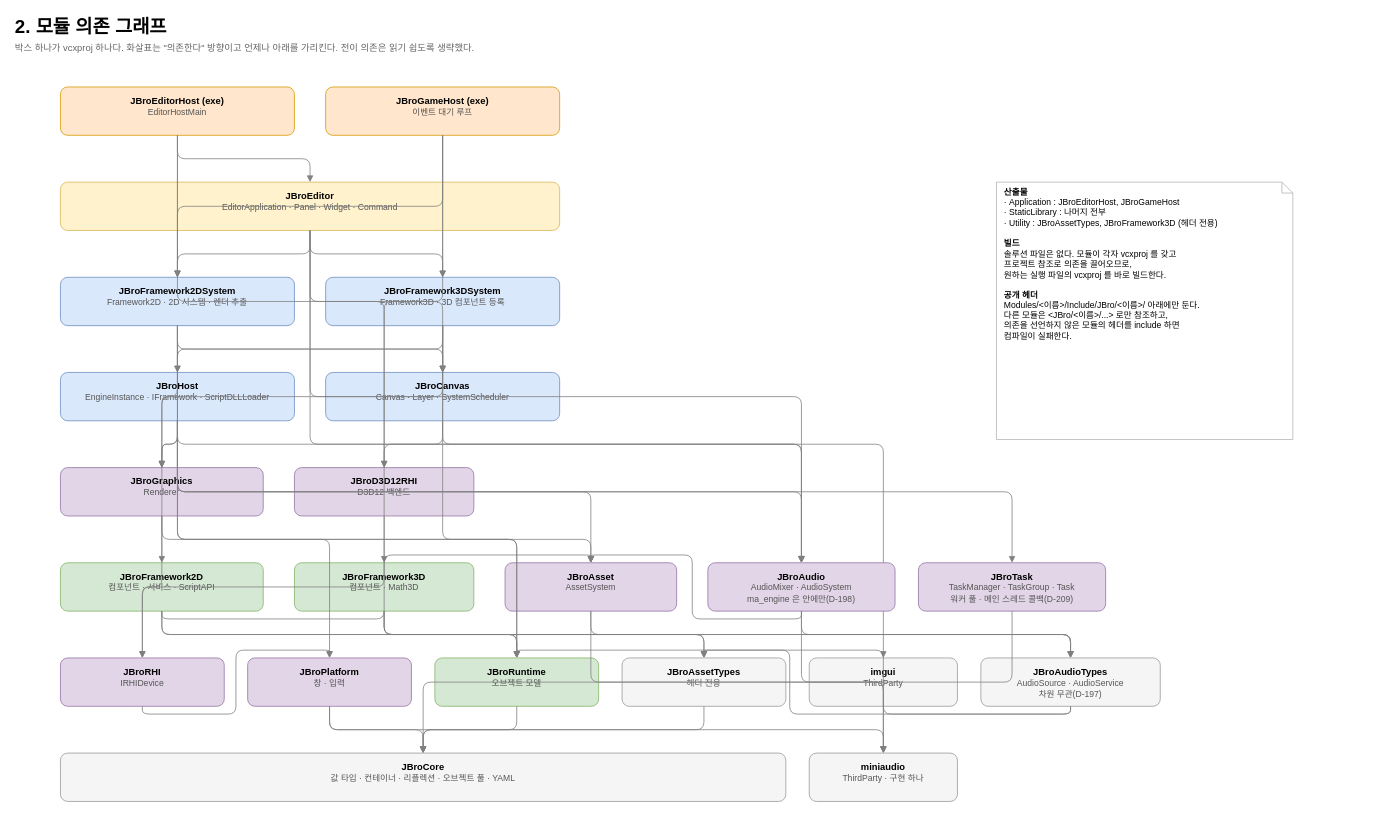
The draw.io diagram page "2. 모듈 의존 그래프" (2 of 6) of docs/JBroEngine.drawio.xml in taku7664/JBroEngine, before the edit. Source tidied: cells renumbered, new cells numbered last; positions are measured from the earlier drawing's top-left corner, leaving out a move shared by most shapes. Both pictures are drawn from the tidied source at 78%, with x=0, y=0 at pixel (13, 13).
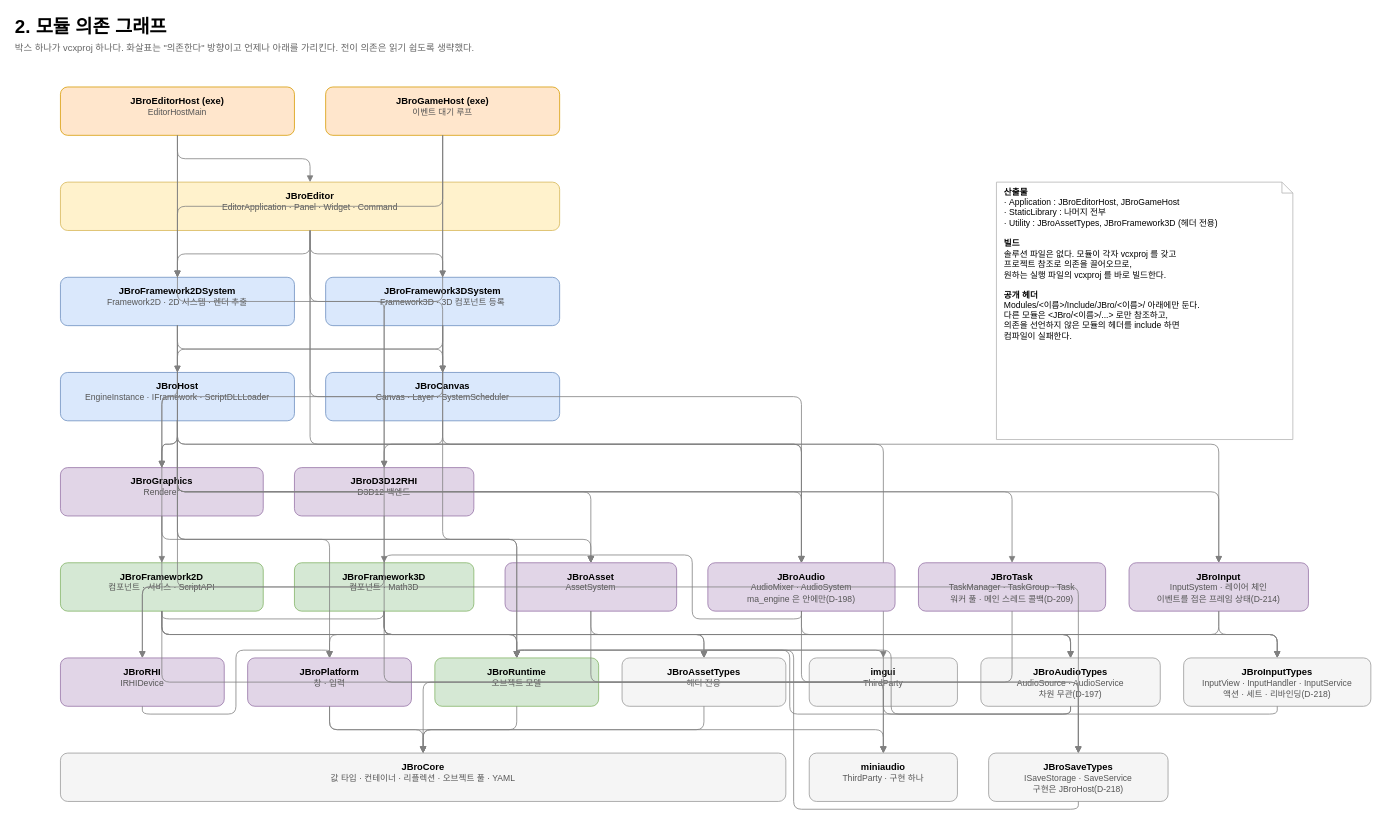
The same page after the edit.

Unchanged cells that the change refers to:
```xml
<mxCell id="7" value="&lt;b&gt;JBroFramework2DSystem&lt;/b&gt;&lt;br&gt;&lt;font color=&quot;#555555&quot; style=&quot;font-size:11px&quot;&gt;Framework2D · 2D 시스템 · 렌더 추출&lt;/font&gt;" style="rounded=1;whiteSpace=wrap;html=1;fontSize=12;verticalAlign=top;spacingTop=4;fillColor=#dae8fc;strokeColor=#6c8ebf;" parent="1" vertex="1">
  <mxGeometry x="60" y="338" width="300" height="62" as="geometry" />
</mxCell>
<mxCell id="9" value="&lt;b&gt;JBroHost&lt;/b&gt;&lt;br&gt;&lt;font color=&quot;#555555&quot; style=&quot;font-size:11px&quot;&gt;EngineInstance · IFramework · ScriptDLLLoader&lt;/font&gt;" style="rounded=1;whiteSpace=wrap;html=1;fontSize=12;verticalAlign=top;spacingTop=4;fillColor=#dae8fc;strokeColor=#6c8ebf;" parent="1" vertex="1">
  <mxGeometry x="60" y="460" width="300" height="62" as="geometry" />
</mxCell>
<mxCell id="13" value="&lt;b&gt;JBroFramework2D&lt;/b&gt;&lt;br&gt;&lt;font color=&quot;#555555&quot; style=&quot;font-size:11px&quot;&gt;컴포넌트 · 서비스 · ScriptAPI&lt;/font&gt;" style="rounded=1;whiteSpace=wrap;html=1;fontSize=12;verticalAlign=top;spacingTop=4;fillColor=#d5e8d4;strokeColor=#82b366;" parent="1" vertex="1">
  <mxGeometry x="60" y="704" width="260" height="62" as="geometry" />
</mxCell>
<mxCell id="14" value="&lt;b&gt;JBroFramework3D&lt;/b&gt;&lt;br&gt;&lt;font color=&quot;#555555&quot; style=&quot;font-size:11px&quot;&gt;컴포넌트 · Math3D&lt;/font&gt;" style="rounded=1;whiteSpace=wrap;html=1;fontSize=12;verticalAlign=top;spacingTop=4;fillColor=#d5e8d4;strokeColor=#82b366;" parent="1" vertex="1">
  <mxGeometry x="360" y="704" width="230" height="62" as="geometry" />
</mxCell>
<mxCell id="17" value="&lt;b&gt;JBroPlatform&lt;/b&gt;&lt;br&gt;&lt;font color=&quot;#555555&quot; style=&quot;font-size:11px&quot;&gt;창 · 입력&lt;/font&gt;" style="rounded=1;whiteSpace=wrap;html=1;fontSize=12;verticalAlign=top;spacingTop=4;fillColor=#e1d5e7;strokeColor=#9673a6;" parent="1" vertex="1">
  <mxGeometry x="300" y="826" width="210" height="62" as="geometry" />
</mxCell>
<mxCell id="18" value="&lt;b&gt;JBroRuntime&lt;/b&gt;&lt;br&gt;&lt;font color=&quot;#555555&quot; style=&quot;font-size:11px&quot;&gt;오브젝트 모델&lt;/font&gt;" style="rounded=1;whiteSpace=wrap;html=1;fontSize=12;verticalAlign=top;spacingTop=4;fillColor=#d5e8d4;strokeColor=#82b366;" parent="1" vertex="1">
  <mxGeometry x="540" y="826" width="210" height="62" as="geometry" />
</mxCell>
```

Change to the diagram source:
```diff
@@
+    <mxCell id="77" value="&lt;b&gt;JBroInput&lt;/b&gt;&lt;br&gt;&lt;font color=&quot;#555555&quot; style=&quot;font-size:11px&quot;&gt;InputSystem · 레이어 체인&lt;br&gt;이벤트를 접은 프레임 상태(D-214)&lt;/font&gt;" style="rounded=1;whiteSpace=wrap;html=1;fontSize=12;verticalAlign=top;spacingTop=4;fillColor=#e1d5e7;strokeColor=#9673a6;" parent="1" vertex="1">
+      <mxGeometry x="1430" y="704" width="230" height="62" as="geometry" />
+    </mxCell>
+    <mxCell id="78" value="&lt;b&gt;JBroInputTypes&lt;/b&gt;&lt;br&gt;&lt;font color=&quot;#555555&quot; style=&quot;font-size:11px&quot;&gt;InputView · InputHandler · InputService&lt;br&gt;액션 · 세트 · 리바인딩(D-218)&lt;/font&gt;" style="rounded=1;whiteSpace=wrap;html=1;fontSize=12;verticalAlign=top;spacingTop=4;fillColor=#f5f5f5;strokeColor=#999999;" parent="1" vertex="1">
+      <mxGeometry x="1500" y="826" width="240" height="62" as="geometry" />
+    </mxCell>
+    <mxCell id="79" value="&lt;b&gt;JBroSaveTypes&lt;/b&gt;&lt;br&gt;&lt;font color=&quot;#555555&quot; style=&quot;font-size:11px&quot;&gt;ISaveStorage · SaveService&lt;br&gt;구현은 JBroHost(D-218)&lt;/font&gt;" style="rounded=1;whiteSpace=wrap;html=1;fontSize=12;verticalAlign=top;spacingTop=4;fillColor=#f5f5f5;strokeColor=#999999;" parent="1" vertex="1">
+      <mxGeometry x="1250" y="948" width="230" height="62" as="geometry" />
+    </mxCell>
+    <mxCell id="80" style="edgeStyle=orthogonalEdgeStyle;rounded=1;html=1;exitX=0.5;exitY=1;exitDx=0;exitDy=0;entryX=0.5;entryY=0;entryDx=0;entryDy=0;strokeColor=#808080;endArrow=block;endFill=1;" parent="1" edge="1" source="9" target="77">
+      <mxGeometry relative="1" as="geometry" />
+    </mxCell>
+    <mxCell id="81" style="edgeStyle=orthogonalEdgeStyle;rounded=1;html=1;exitX=0.5;exitY=1;exitDx=0;exitDy=0;entryX=0.5;entryY=0;entryDx=0;entryDy=0;strokeColor=#808080;endArrow=block;endFill=1;" parent="1" edge="1" source="7" target="77">
+      <mxGeometry relative="1" as="geometry" />
+    </mxCell>
+    <mxCell id="82" style="edgeStyle=orthogonalEdgeStyle;rounded=1;html=1;exitX=0.5;exitY=1;exitDx=0;exitDy=0;entryX=0.5;entryY=0;entryDx=0;entryDy=0;strokeColor=#808080;endArrow=block;endFill=1;" parent="1" edge="1" source="77" target="78">
+      <mxGeometry relative="1" as="geometry" />
+    </mxCell>
+    <mxCell id="83" style="edgeStyle=orthogonalEdgeStyle;rounded=1;html=1;exitX=0.5;exitY=1;exitDx=0;exitDy=0;entryX=0.5;entryY=0;entryDx=0;entryDy=0;strokeColor=#808080;endArrow=block;endFill=1;" parent="1" edge="1" source="77" target="17">
+      <mxGeometry relative="1" as="geometry" />
+    </mxCell>
+    <mxCell id="84" style="edgeStyle=orthogonalEdgeStyle;rounded=1;html=1;exitX=0.5;exitY=1;exitDx=0;exitDy=0;entryX=0.5;entryY=0;entryDx=0;entryDy=0;strokeColor=#808080;endArrow=block;endFill=1;" parent="1" edge="1" source="13" target="78">
+      <mxGeometry relative="1" as="geometry" />
+    </mxCell>
+    <mxCell id="85" style="edgeStyle=orthogonalEdgeStyle;rounded=1;html=1;exitX=0.5;exitY=1;exitDx=0;exitDy=0;entryX=0.5;entryY=0;entryDx=0;entryDy=0;strokeColor=#808080;endArrow=block;endFill=1;" parent="1" edge="1" source="14" target="78">
+      <mxGeometry relative="1" as="geometry" />
+    </mxCell>
+    <mxCell id="86" style="edgeStyle=orthogonalEdgeStyle;rounded=1;html=1;exitX=0.5;exitY=1;exitDx=0;exitDy=0;entryX=0.5;entryY=0;entryDx=0;entryDy=0;strokeColor=#808080;endArrow=block;endFill=1;" parent="1" edge="1" source="78" target="18">
+      <mxGeometry relative="1" as="geometry" />
+    </mxCell>
+    <mxCell id="87" style="edgeStyle=orthogonalEdgeStyle;rounded=1;html=1;exitX=0.5;exitY=1;exitDx=0;exitDy=0;entryX=0.5;entryY=0;entryDx=0;entryDy=0;strokeColor=#808080;endArrow=block;endFill=1;" parent="1" edge="1" source="9" target="79">
+      <mxGeometry relative="1" as="geometry" />
+    </mxCell>
+    <mxCell id="88" style="edgeStyle=orthogonalEdgeStyle;rounded=1;html=1;exitX=0.5;exitY=1;exitDx=0;exitDy=0;entryX=0.5;entryY=0;entryDx=0;entryDy=0;strokeColor=#808080;endArrow=block;endFill=1;" parent="1" edge="1" source="13" target="79">
+      <mxGeometry relative="1" as="geometry" />
+    </mxCell>
+    <mxCell id="89" style="edgeStyle=orthogonalEdgeStyle;rounded=1;html=1;exitX=0.5;exitY=1;exitDx=0;exitDy=0;entryX=0.5;entryY=0;entryDx=0;entryDy=0;strokeColor=#808080;endArrow=block;endFill=1;" parent="1" edge="1" source="14" target="79">
+      <mxGeometry relative="1" as="geometry" />
+    </mxCell>
+    <mxCell id="90" style="edgeStyle=orthogonalEdgeStyle;rounded=1;html=1;exitX=0.5;exitY=1;exitDx=0;exitDy=0;entryX=0.5;entryY=0;entryDx=0;entryDy=0;strokeColor=#808080;endArrow=block;endFill=1;" parent="1" edge="1" source="79" target="18">
+      <mxGeometry relative="1" as="geometry" />
+    </mxCell>
```
